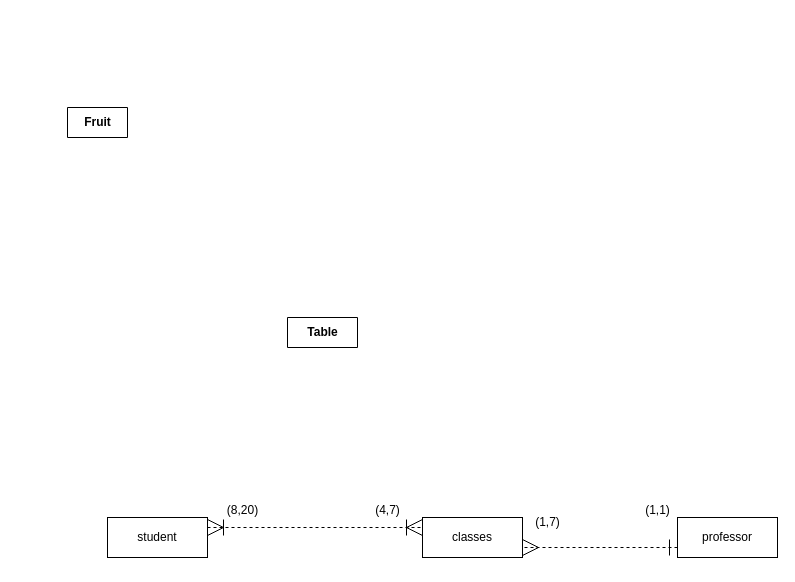
CSCI210-FW/CSCI210-0AC-FW-202530-Demos keeps this draw.io diagram as 01_20_26/erd.drawio. Above is the earlier version. Source tidied: cells renumbered, new cells numbered last; positions are measured from the earlier drawing's top-left corner, leaving out a move shared by most shapes. Both pictures are drawn from the tidied source at 100%, with x=0, y=0 at pixel (67, 107).
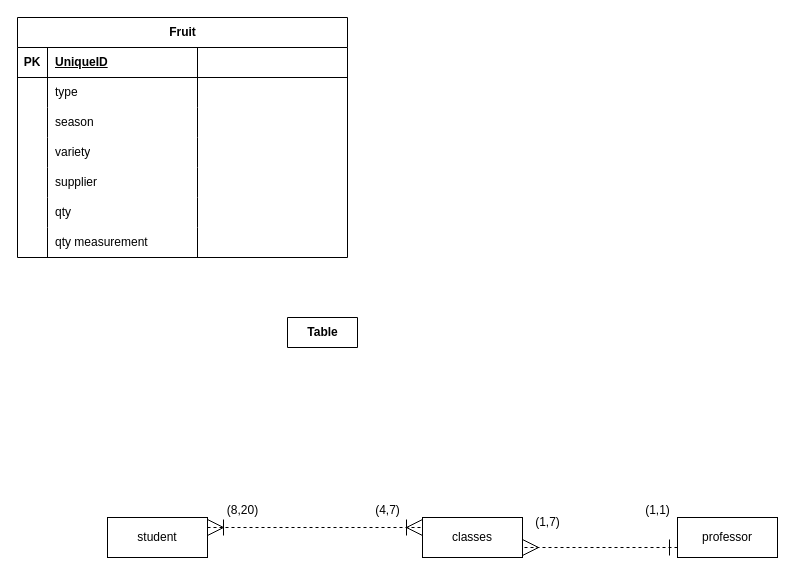
The same diagram, later.

Commit message (it also covers changes not shown here):
dependency diagrams

The edit, as a diff of the source:
```diff
@@
-    <mxCell id="2" value="Fruit" style="shape=table;startSize=30;childLayout=tableLayout;rowLines=0;fontStyle=1;align=center;html=1;" parent="1" vertex="1" collapsed="1">
-      <mxGeometry width="60" height="30" as="geometry" />
+    <mxCell id="2" value="Fruit" style="shape=table;startSize=30;childLayout=tableLayout;rowLines=0;fontStyle=1;align=center;html=1;" parent="1" vertex="1">
+      <mxGeometry x="-50" y="-90" width="330" height="240" as="geometry" />
     </mxCell>
+    <mxCell id="13" style="shape=tableRow;horizontal=0;startSize=0;swimlaneHead=0;swimlaneBody=0;fillColor=none;top=0;left=0;right=0;bottom=1;" parent="2" vertex="1">
+      <mxGeometry y="30" width="330" height="30" as="geometry" />
+    </mxCell>
+    <mxCell id="14" value="PK" style="shape=partialRectangle;fillColor=none;top=0;left=0;bottom=0;right=0;fontStyle=1;overflow=hidden;whiteSpace=wrap;html=1;" parent="13" vertex="1">
+      <mxGeometry width="30" height="30" as="geometry" />
+    </mxCell>
+    <mxCell id="15" value="UniqueID" style="shape=partialRectangle;fillColor=none;top=0;left=0;bottom=0;right=0;align=left;spacingLeft=6;fontStyle=5;overflow=hidden;whiteSpace=wrap;html=1;" parent="13" vertex="1">
+      <mxGeometry x="30" width="150" height="30" as="geometry" />
+    </mxCell>
+    <mxCell id="16" style="shape=partialRectangle;fillColor=none;top=0;left=0;bottom=0;right=0;align=left;spacingLeft=6;fontStyle=5;overflow=hidden;whiteSpace=wrap;html=1;" parent="13" vertex="1">
+      <mxGeometry x="180" width="150" height="30" as="geometry" />
+    </mxCell>
+    <mxCell id="17" style="shape=tableRow;horizontal=0;startSize=0;swimlaneHead=0;swimlaneBody=0;fillColor=none;top=0;left=0;right=0;bottom=0;" parent="2" vertex="1">
+      <mxGeometry y="60" width="330" height="30" as="geometry" />
+    </mxCell>
+    <mxCell id="18" style="shape=partialRectangle;fillColor=none;top=0;left=0;bottom=0;right=0;overflow=hidden;whiteSpace=wrap;html=1;" parent="17" vertex="1">
+      <mxGeometry width="30" height="30" as="geometry" />
+    </mxCell>
+    <mxCell id="19" value="type" style="shape=partialRectangle;fillColor=none;top=0;left=0;bottom=0;right=0;align=left;spacingLeft=6;overflow=hidden;whiteSpace=wrap;html=1;" parent="17" vertex="1">
+      <mxGeometry x="30" width="150" height="30" as="geometry" />
+    </mxCell>
+    <mxCell id="20" style="shape=partialRectangle;fillColor=none;top=0;left=0;bottom=0;right=0;align=left;spacingLeft=6;overflow=hidden;whiteSpace=wrap;html=1;" parent="17" vertex="1">
+      <mxGeometry x="180" width="150" height="30" as="geometry" />
+    </mxCell>
+    <mxCell id="21" style="shape=tableRow;horizontal=0;startSize=0;swimlaneHead=0;swimlaneBody=0;fillColor=none;top=0;left=0;right=0;bottom=0;" parent="2" vertex="1">
+      <mxGeometry y="90" width="330" height="30" as="geometry" />
+    </mxCell>
+    <mxCell id="22" style="shape=partialRectangle;fillColor=none;top=0;left=0;bottom=0;right=0;overflow=hidden;whiteSpace=wrap;html=1;" parent="21" vertex="1">
+      <mxGeometry width="30" height="30" as="geometry" />
+    </mxCell>
+    <mxCell id="23" value="season" style="shape=partialRectangle;fillColor=none;top=0;left=0;bottom=0;right=0;align=left;spacingLeft=6;overflow=hidden;whiteSpace=wrap;html=1;" parent="21" vertex="1">
+      <mxGeometry x="30" width="150" height="30" as="geometry" />
+    </mxCell>
+    <mxCell id="24" style="shape=partialRectangle;fillColor=none;top=0;left=0;bottom=0;right=0;align=left;spacingLeft=6;overflow=hidden;whiteSpace=wrap;html=1;" parent="21" vertex="1">
+      <mxGeometry x="180" width="150" height="30" as="geometry" />
+    </mxCell>
+    <mxCell id="25" style="shape=tableRow;horizontal=0;startSize=0;swimlaneHead=0;swimlaneBody=0;fillColor=none;top=0;left=0;right=0;bottom=0;" parent="2" vertex="1">
+      <mxGeometry y="120" width="330" height="30" as="geometry" />
+    </mxCell>
+    <mxCell id="26" style="shape=partialRectangle;fillColor=none;top=0;left=0;bottom=0;right=0;overflow=hidden;whiteSpace=wrap;html=1;" parent="25" vertex="1">
+      <mxGeometry width="30" height="30" as="geometry" />
+    </mxCell>
+    <mxCell id="27" value="variety" style="shape=partialRectangle;fillColor=none;top=0;left=0;bottom=0;right=0;align=left;spacingLeft=6;overflow=hidden;whiteSpace=wrap;html=1;" parent="25" vertex="1">
+      <mxGeometry x="30" width="150" height="30" as="geometry" />
+    </mxCell>
+    <mxCell id="28" style="shape=partialRectangle;fillColor=none;top=0;left=0;bottom=0;right=0;align=left;spacingLeft=6;overflow=hidden;whiteSpace=wrap;html=1;" parent="25" vertex="1">
+      <mxGeometry x="180" width="150" height="30" as="geometry" />
+    </mxCell>
+    <mxCell id="29" style="shape=tableRow;horizontal=0;startSize=0;swimlaneHead=0;swimlaneBody=0;fillColor=none;top=0;left=0;right=0;bottom=0;" parent="2" vertex="1">
+      <mxGeometry y="150" width="330" height="30" as="geometry" />
+    </mxCell>
+    <mxCell id="30" style="shape=partialRectangle;fillColor=none;top=0;left=0;bottom=0;right=0;overflow=hidden;whiteSpace=wrap;html=1;" parent="29" vertex="1">
+      <mxGeometry width="30" height="30" as="geometry" />
+    </mxCell>
+    <mxCell id="31" value="supplier" style="shape=partialRectangle;fillColor=none;top=0;left=0;bottom=0;right=0;align=left;spacingLeft=6;overflow=hidden;whiteSpace=wrap;html=1;" parent="29" vertex="1">
+      <mxGeometry x="30" width="150" height="30" as="geometry" />
+    </mxCell>
+    <mxCell id="32" style="shape=partialRectangle;fillColor=none;top=0;left=0;bottom=0;right=0;align=left;spacingLeft=6;overflow=hidden;whiteSpace=wrap;html=1;" parent="29" vertex="1">
+      <mxGeometry x="180" width="150" height="30" as="geometry" />
+    </mxCell>
+    <mxCell id="33" style="shape=tableRow;horizontal=0;startSize=0;swimlaneHead=0;swimlaneBody=0;fillColor=none;top=0;left=0;right=0;bottom=0;" parent="2" vertex="1">
+      <mxGeometry y="180" width="330" height="30" as="geometry" />
+    </mxCell>
+    <mxCell id="34" style="shape=partialRectangle;fillColor=none;top=0;left=0;bottom=0;right=0;overflow=hidden;whiteSpace=wrap;html=1;" parent="33" vertex="1">
+      <mxGeometry width="30" height="30" as="geometry" />
+    </mxCell>
+    <mxCell id="35" value="qty" style="shape=partialRectangle;fillColor=none;top=0;left=0;bottom=0;right=0;align=left;spacingLeft=6;overflow=hidden;whiteSpace=wrap;html=1;" parent="33" vertex="1">
+      <mxGeometry x="30" width="150" height="30" as="geometry" />
+    </mxCell>
+    <mxCell id="36" style="shape=partialRectangle;fillColor=none;top=0;left=0;bottom=0;right=0;align=left;spacingLeft=6;overflow=hidden;whiteSpace=wrap;html=1;" parent="33" vertex="1">
+      <mxGeometry x="180" width="150" height="30" as="geometry" />
+    </mxCell>
+    <mxCell id="37" style="shape=tableRow;horizontal=0;startSize=0;swimlaneHead=0;swimlaneBody=0;fillColor=none;top=0;left=0;right=0;bottom=0;" parent="2" vertex="1">
+      <mxGeometry y="210" width="330" height="30" as="geometry" />
+    </mxCell>
+    <mxCell id="38" style="shape=partialRectangle;fillColor=none;top=0;left=0;bottom=0;right=0;overflow=hidden;whiteSpace=wrap;html=1;" parent="37" vertex="1">
+      <mxGeometry width="30" height="30" as="geometry" />
+    </mxCell>
+    <mxCell id="39" value="qty measurement" style="shape=partialRectangle;fillColor=none;top=0;left=0;bottom=0;right=0;align=left;spacingLeft=6;overflow=hidden;whiteSpace=wrap;html=1;" parent="37" vertex="1">
+      <mxGeometry x="30" width="150" height="30" as="geometry" />
+    </mxCell>
+    <mxCell id="40" style="shape=partialRectangle;fillColor=none;top=0;left=0;bottom=0;right=0;align=left;spacingLeft=6;overflow=hidden;whiteSpace=wrap;html=1;" parent="37" vertex="1">
+      <mxGeometry x="180" width="150" height="30" as="geometry" />
+    </mxCell>
```
